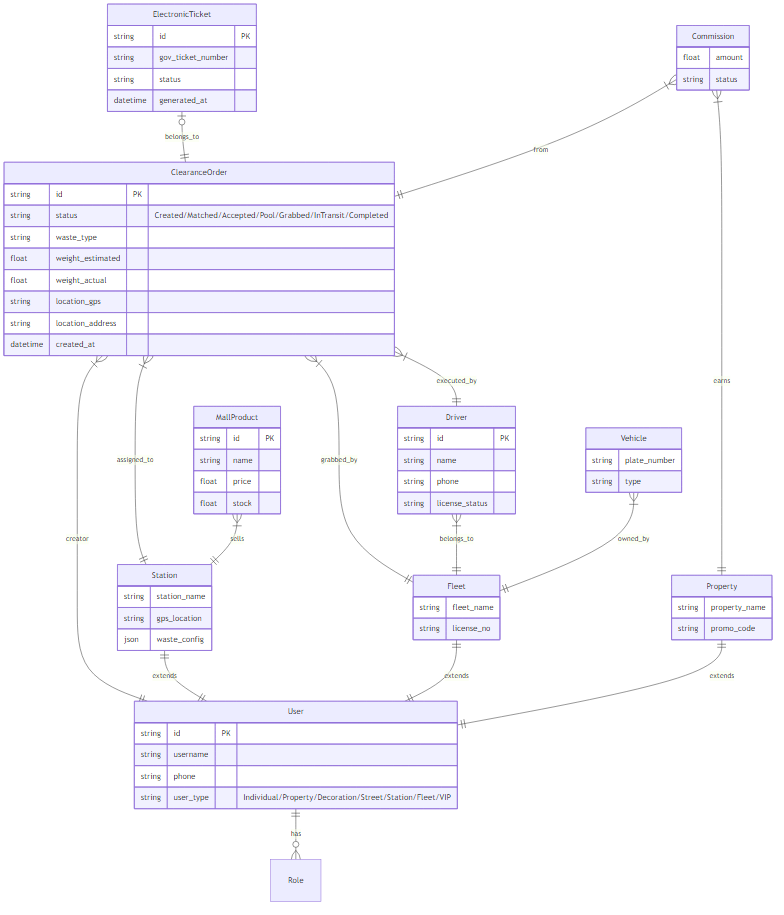
wangfeiqi22/renewable keeps this Mermaid diagram as ERDiagram.png. Above is the earlier version. Its source is kept beside it as ERDiagram.mmd.
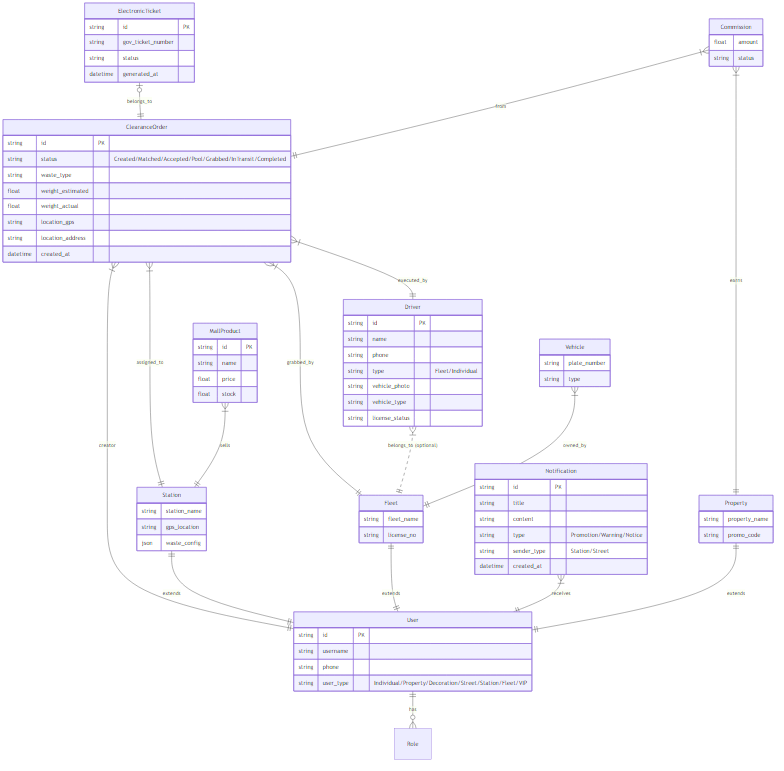
The same diagram one commit later.

Commit message:
Update ER and State diagrams for individual driver and self-created orders

The edit, as a diff of the source:
```diff
@@ -43,11 +43,14 @@
         string license_no
     }
 
-    Driver }|--|| Fleet : "belongs_to"
+    Driver }|..|| Fleet : "belongs_to (optional)"
     Driver {
         string id PK
         string name
         string phone
+        string type "Fleet/Individual"
+        string vehicle_photo
+        string vehicle_type
         string license_status
     }
 
@@ -55,6 +58,16 @@
     Vehicle {
         string plate_number
         string type
+    }
+
+    Notification }|--|| User : "receives"
+    Notification {
+        string id PK
+        string title
+        string content
+        string type "Promotion/Warning/Notice"
+        string sender_type "Station/Street"
+        datetime created_at
     }
 
     Property ||--|| User : extends
```
